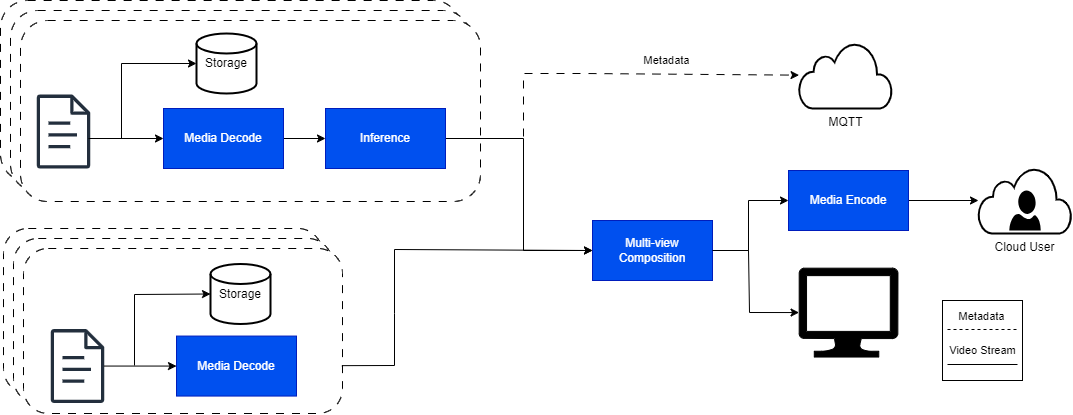
Above: tools/visual-pipeline-and-platform-evaluation-tool/pipelines/smartnvr/diagram.png in open-edge-platform/edge-ai-libraries (draw.io), before the change. Source tidied: cells renumbered, new cells last; positions are measured from the earlier drawing's top-left corner, leaving out a move shared by most shapes.
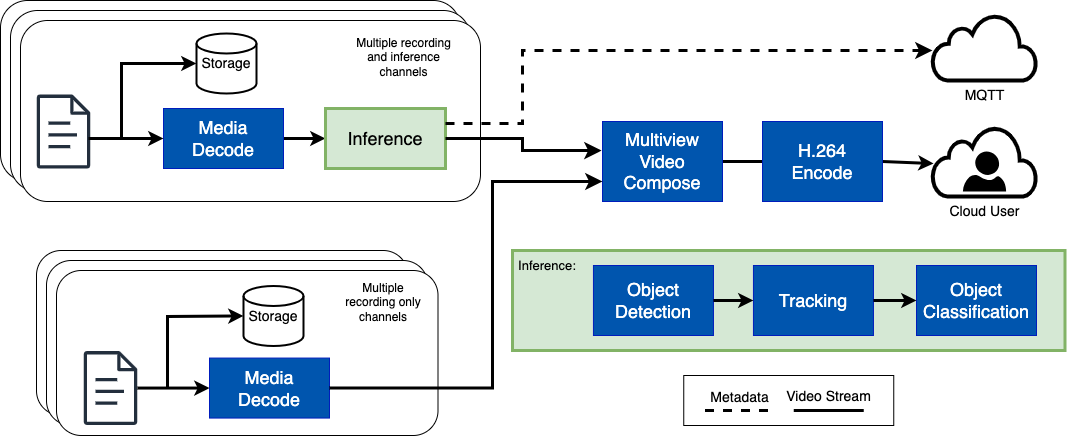
After the change.

Commit message:
[ViPPET] [SmartNVR] Update Pipeline diagram

The edit, as a diff of the source:
```diff
@@ -2,23 +2,23 @@
   <root>
     <mxCell id="0" />
     <mxCell id="1" parent="0" />
-    <mxCell id="2" style="rounded=1;whiteSpace=wrap;html=1;strokeColor=default;dashed=1;dashPattern=8 8;" parent="1" vertex="1">
+    <mxCell id="2" style="rounded=1;whiteSpace=wrap;html=1;strokeColor=default;strokeWidth=1;" parent="1" vertex="1">
       <mxGeometry width="460" height="181" as="geometry" />
     </mxCell>
-    <mxCell id="3" style="rounded=1;whiteSpace=wrap;html=1;strokeColor=default;dashed=1;dashPattern=8 8;" parent="1" vertex="1">
+    <mxCell id="3" style="rounded=1;whiteSpace=wrap;html=1;strokeColor=default;strokeWidth=1;" parent="1" vertex="1">
       <mxGeometry x="10" y="10" width="460" height="181" as="geometry" />
     </mxCell>
-    <mxCell id="4" style="rounded=1;whiteSpace=wrap;html=1;strokeColor=default;dashed=1;dashPattern=8 8;" parent="1" vertex="1">
+    <mxCell id="4" style="rounded=1;whiteSpace=wrap;html=1;strokeColor=default;strokeWidth=1;" parent="1" vertex="1">
       <mxGeometry x="20" y="20" width="460" height="181" as="geometry" />
     </mxCell>
-    <mxCell id="5" style="rounded=1;whiteSpace=wrap;html=1;strokeColor=default;dashed=1;dashPattern=8 8;" parent="1" vertex="1">
-      <mxGeometry x="3" y="228" width="319" height="165" as="geometry" />
+    <mxCell id="5" style="rounded=1;whiteSpace=wrap;html=1;strokeColor=default;strokeWidth=1;" parent="1" vertex="1">
+      <mxGeometry x="36" y="250" width="371.5" height="165" as="geometry" />
     </mxCell>
-    <mxCell id="6" style="rounded=1;whiteSpace=wrap;html=1;strokeColor=default;dashed=1;dashPattern=8 8;" parent="1" vertex="1">
-      <mxGeometry x="13" y="238" width="319" height="165" as="geometry" />
+    <mxCell id="6" style="rounded=1;whiteSpace=wrap;html=1;strokeColor=default;strokeWidth=1;" parent="1" vertex="1">
+      <mxGeometry x="46" y="260" width="381.5" height="165" as="geometry" />
     </mxCell>
-    <mxCell id="7" style="rounded=1;whiteSpace=wrap;html=1;strokeColor=default;dashed=1;dashPattern=8 8;" parent="1" vertex="1">
-      <mxGeometry x="23" y="248" width="319" height="165" as="geometry" />
+    <mxCell id="7" style="rounded=1;whiteSpace=wrap;html=1;strokeColor=default;strokeWidth=1;" parent="1" vertex="1">
+      <mxGeometry x="56" y="270" width="381.5" height="165" as="geometry" />
     </mxCell>
     <mxCell id="8" style="edgeStyle=none;html=1;fillColor=#0050ef;strokeColor=#001DBC;" parent="1" edge="1">
       <mxGeometry relative="1" as="geometry">
@@ -43,70 +43,49 @@
     <mxCell id="12" style="sketch=0;fontColor=#232F3E;gradientColor=none;fillColor=#232F3D;strokeColor=none;dashed=0;verticalLabelPosition=bottom;verticalAlign=top;align=center;html=1;fontSize=12;fontStyle=0;shape=mxgraph.aws4.document;" parent="1" vertex="1">
       <mxGeometry x="36" y="94.1" width="54" height="73.9" as="geometry" />
     </mxCell>
-    <mxCell id="13" value="Storage" style="strokeWidth=2;html=1;shape=mxgraph.flowchart.database;whiteSpace=wrap;" parent="1" vertex="1">
+    <mxCell id="13" value="Storage" style="strokeWidth=2;html=1;shape=mxgraph.flowchart.database;whiteSpace=wrap;fontSize=14;" parent="1" vertex="1">
       <mxGeometry x="196" y="33" width="60" height="60" as="geometry" />
     </mxCell>
-    <mxCell id="14" style="edgeStyle=none;html=1;exitX=1;exitY=0.5;exitDx=0;exitDy=0;entryX=0;entryY=0.5;entryDx=0;entryDy=0;" parent="1" edge="1" source="15" target="18">
+    <mxCell id="14" style="edgeStyle=none;html=1;exitX=1;exitY=0.5;exitDx=0;exitDy=0;entryX=0;entryY=0.5;entryDx=0;entryDy=0;strokeWidth=3;" parent="1" edge="1" source="15" target="18">
       <mxGeometry relative="1" as="geometry" />
     </mxCell>
-    <mxCell id="15" value="Media Decode" style="rounded=0;whiteSpace=wrap;html=1;fillColor=#0050ef;fontColor=#ffffff;strokeColor=#001DBC;" parent="1" vertex="1">
+    <mxCell id="15" value="Media&lt;br&gt;Decode" style="rounded=0;whiteSpace=wrap;html=1;fillColor=light-dark(#0055ae, #6db2ff);fontColor=#ffffff;strokeColor=#001DBC;fontSize=18;" parent="1" vertex="1">
       <mxGeometry x="163" y="108" width="120" height="60" as="geometry" />
     </mxCell>
-    <mxCell id="16" style="edgeStyle=none;html=1;exitX=1;exitY=0.5;exitDx=0;exitDy=0;entryX=0;entryY=0.5;entryDx=0;entryDy=0;rounded=0;curved=0;" parent="1" edge="1" source="18" target="20">
-      <mxGeometry relative="1" as="geometry">
-        <Array as="points">
-          <mxPoint x="523" y="138" />
-          <mxPoint x="523" y="250" />
-        </Array>
-      </mxGeometry>
-    </mxCell>
-    <mxCell id="17" value="Metadata" style="edgeStyle=none;html=1;exitX=1;exitY=0.5;exitDx=0;exitDy=0;rounded=0;curved=0;dashed=1;dashPattern=8 8;" parent="1" edge="1" source="18" target="24">
-      <mxGeometry x="0.37" y="14" relative="1" as="geometry">
-        <Array as="points">
-          <mxPoint x="523" y="138" />
-          <mxPoint x="523" y="73" />
-          <mxPoint x="583" y="73" />
-        </Array>
-      </mxGeometry>
-    </mxCell>
-    <mxCell id="18" value="Inference" style="rounded=0;whiteSpace=wrap;html=1;fillColor=#0050ef;fontColor=#ffffff;strokeColor=#001DBC;" parent="1" vertex="1">
+    <mxCell id="18" value="Inference" style="rounded=0;whiteSpace=wrap;html=1;fillColor=#d5e8d4;strokeColor=#82b366;fontSize=18;strokeWidth=3;" parent="1" vertex="1">
       <mxGeometry x="325" y="108" width="120" height="60" as="geometry" />
     </mxCell>
-    <mxCell id="19" style="edgeStyle=none;html=1;exitX=1;exitY=0.5;exitDx=0;exitDy=0;entryX=0;entryY=0.5;entryDx=0;entryDy=0;rounded=0;curved=0;" parent="1" edge="1" source="20" target="22">
+    <mxCell id="19" style="edgeStyle=none;html=1;exitX=1;exitY=0.5;exitDx=0;exitDy=0;entryX=0;entryY=0.5;entryDx=0;entryDy=0;rounded=0;curved=0;strokeWidth=3;" parent="1" edge="1" source="20" target="22">
       <mxGeometry relative="1" as="geometry">
         <Array as="points">
-          <mxPoint x="748" y="250" />
-          <mxPoint x="748" y="200" />
+          <mxPoint x="838" y="161" />
         </Array>
       </mxGeometry>
     </mxCell>
-    <mxCell id="20" value="Multi-view Composition" style="rounded=0;whiteSpace=wrap;html=1;fillColor=#0050ef;fontColor=#ffffff;strokeColor=#001DBC;" parent="1" vertex="1">
-      <mxGeometry x="592" y="220" width="120" height="60" as="geometry" />
+    <mxCell id="20" value="Multiview Video Compose" style="rounded=0;whiteSpace=wrap;html=1;fillColor=light-dark(#0055ae, #6db2ff);fontColor=#ffffff;strokeColor=#001DBC;fontSize=18;" parent="1" vertex="1">
+      <mxGeometry x="602" y="121" width="120" height="80" as="geometry" />
     </mxCell>
-    <mxCell id="21" style="edgeStyle=none;html=1;exitX=1;exitY=0.5;exitDx=0;exitDy=0;" parent="1" edge="1" source="22" target="25">
+    <mxCell id="21" style="edgeStyle=none;html=1;exitX=1;exitY=0.5;exitDx=0;exitDy=0;strokeWidth=3;entryX=0.01;entryY=0.53;entryDx=0;entryDy=0;entryPerimeter=0;" parent="1" edge="1" source="22" target="25">
       <mxGeometry relative="1" as="geometry" />
     </mxCell>
-    <mxCell id="22" value="Media Encode" style="rounded=0;whiteSpace=wrap;html=1;fillColor=#0050ef;fontColor=#ffffff;strokeColor=#001DBC;" parent="1" vertex="1">
-      <mxGeometry x="788" y="170" width="120" height="60" as="geometry" />
+    <mxCell id="22" value="H.264 &lt;br&gt;Encode" style="rounded=0;whiteSpace=wrap;html=1;fillColor=light-dark(#0055ae, #6db2ff);fontColor=#ffffff;strokeColor=#001DBC;fontSize=18;" parent="1" vertex="1">
+      <mxGeometry x="762" y="121" width="120" height="80" as="geometry" />
     </mxCell>
-    <mxCell id="23" style="sketch=0;shadow=0;dashed=0;html=1;labelPosition=center;verticalLabelPosition=bottom;verticalAlign=top;align=center;shape=mxgraph.azure.computer;fillColor=#000000;" parent="1" vertex="1">
-      <mxGeometry x="798.5" y="267.6" width="98.9" height="89" as="geometry" />
-    </mxCell>
-    <mxCell id="24" value="MQTT" style="html=1;verticalLabelPosition=bottom;align=center;labelBackgroundColor=#ffffff;verticalAlign=top;strokeWidth=2;shadow=0;dashed=0;shape=mxgraph.ios7.icons.cloud;" parent="1" vertex="1">
-      <mxGeometry x="798.5" y="42" width="93" height="66" as="geometry" />
+    <mxCell id="24" value="MQTT" style="html=1;verticalLabelPosition=bottom;align=center;labelBackgroundColor=#ffffff;verticalAlign=top;strokeWidth=4;shadow=0;dashed=0;shape=mxgraph.ios7.icons.cloud;fontSize=14;" parent="1" vertex="1">
+      <mxGeometry x="932" y="14" width="104" height="66" as="geometry" />
     </mxCell>
-    <mxCell id="25" value="Cloud User" style="html=1;verticalLabelPosition=bottom;align=center;labelBackgroundColor=#ffffff;verticalAlign=top;strokeWidth=2;strokeColor=light-dark(#000000, #32a0ff);shadow=0;dashed=0;shape=mxgraph.ios7.icons.cloud;" parent="1" vertex="1">
-      <mxGeometry x="978" y="167" width="93" height="66" as="geometry" />
+    <mxCell id="25" value="Cloud User" style="html=1;verticalLabelPosition=bottom;align=center;labelBackgroundColor=#ffffff;verticalAlign=top;strokeWidth=4;strokeColor=light-dark(#000000, #32a0ff);shadow=0;dashed=0;shape=mxgraph.ios7.icons.cloud;fontSize=14;" parent="1" vertex="1">
+      <mxGeometry x="932" y="126" width="104" height="70" as="geometry" />
     </mxCell>
     <mxCell id="26" style="verticalLabelPosition=bottom;html=1;verticalAlign=top;align=center;strokeColor=none;fillColor=#000000;shape=mxgraph.azure.user;" parent="1" vertex="1">
-      <mxGeometry x="1008.8" y="190" width="31.5" height="40" as="geometry" />
+      <mxGeometry x="962.4" y="151" width="43.2" height="40" as="geometry" />
     </mxCell>
-    <mxCell id="27" style="endArrow=classic;html=1;entryX=0;entryY=0.5;entryDx=0;entryDy=0;" parent="1" edge="1" target="15">
+    <mxCell id="27" style="endArrow=classic;html=1;entryX=0;entryY=0.5;entryDx=0;entryDy=0;strokeWidth=3;" parent="1" edge="1" target="15">
       <mxGeometry relative="1" as="geometry">
         <mxPoint x="88" y="138" as="sourcePoint" />
       </mxGeometry>
     </mxCell>
-    <mxCell id="28" style="endArrow=classic;html=1;rounded=0;curved=0;entryX=0;entryY=0.5;entryDx=0;entryDy=0;entryPerimeter=0;" parent="1" edge="1" target="13">
+    <mxCell id="28" style="endArrow=classic;html=1;rounded=0;curved=0;entryX=0;entryY=0.5;entryDx=0;entryDy=0;entryPerimeter=0;strokeWidth=3;" parent="1" edge="1" target="13">
       <mxGeometry relative="1" as="geometry">
         <mxPoint x="121" y="138" as="sourcePoint" />
         <Array as="points">
@@ -115,56 +94,89 @@
       </mxGeometry>
     </mxCell>
     <mxCell id="29" style="sketch=0;outlineConnect=0;fontColor=#232F3E;gradientColor=none;fillColor=#232F3D;strokeColor=none;dashed=0;verticalLabelPosition=bottom;verticalAlign=top;align=center;html=1;fontSize=12;fontStyle=0;shape=mxgraph.aws4.document;" parent="1" vertex="1">
-      <mxGeometry x="50" y="328.6" width="54" height="73.9" as="geometry" />
+      <mxGeometry x="83" y="350.6" width="54" height="73.9" as="geometry" />
     </mxCell>
-    <mxCell id="30" value="Storage" style="strokeWidth=2;html=1;shape=mxgraph.flowchart.database;whiteSpace=wrap;" parent="1" vertex="1">
-      <mxGeometry x="210" y="263.5" width="60" height="60" as="geometry" />
+    <mxCell id="30" value="Storage" style="strokeWidth=2;html=1;shape=mxgraph.flowchart.database;whiteSpace=wrap;fontSize=14;" parent="1" vertex="1">
+      <mxGeometry x="243" y="285.5" width="60" height="60" as="geometry" />
     </mxCell>
-    <mxCell id="31" style="edgeStyle=none;html=1;entryX=0;entryY=0.5;entryDx=0;entryDy=0;rounded=0;curved=0;exitX=0.998;exitY=0.71;exitDx=0;exitDy=0;exitPerimeter=0;" parent="1" edge="1" source="7" target="20">
-      <mxGeometry relative="1" as="geometry">
-        <Array as="points">
-          <mxPoint x="394" y="365" />
-          <mxPoint x="394" y="313" />
-          <mxPoint x="394" y="249" />
-        </Array>
-      </mxGeometry>
-    </mxCell>
-    <mxCell id="32" value="Media Decode" style="rounded=0;whiteSpace=wrap;html=1;fillColor=#0050ef;fontColor=#ffffff;strokeColor=#001DBC;" parent="1" vertex="1">
-      <mxGeometry x="176" y="335.6" width="120" height="60" as="geometry" />
+    <mxCell id="32" value="Media&lt;br&gt;Decode" style="rounded=0;whiteSpace=wrap;html=1;fillColor=light-dark(#0055ae, #6db2ff);fontColor=#ffffff;strokeColor=#001DBC;fontSize=18;" parent="1" vertex="1">
+      <mxGeometry x="209" y="357.6" width="120" height="60" as="geometry" />
     </mxCell>
-    <mxCell id="33" style="endArrow=classic;html=1;entryX=0;entryY=0.5;entryDx=0;entryDy=0;" parent="1" edge="1" source="29" target="32">
+    <mxCell id="33" style="endArrow=classic;html=1;entryX=0;entryY=0.5;entryDx=0;entryDy=0;strokeWidth=3;" parent="1" edge="1" source="29" target="32">
       <mxGeometry relative="1" as="geometry" />
     </mxCell>
-    <mxCell id="34" style="endArrow=classic;html=1;rounded=0;curved=0;entryX=0;entryY=0.5;entryDx=0;entryDy=0;entryPerimeter=0;" parent="1" edge="1" target="30">
+    <mxCell id="34" style="endArrow=classic;html=1;rounded=0;curved=0;entryX=0;entryY=0.5;entryDx=0;entryDy=0;entryPerimeter=0;strokeWidth=3;" parent="1" edge="1" target="30">
       <mxGeometry relative="1" as="geometry">
-        <mxPoint x="134" y="365" as="sourcePoint" />
+        <mxPoint x="167" y="387" as="sourcePoint" />
         <Array as="points">
-          <mxPoint x="134" y="294" />
+          <mxPoint x="167" y="316" />
         </Array>
       </mxGeometry>
     </mxCell>
-    <mxCell id="35" style="edgeStyle=none;html=1;exitX=1;exitY=0.5;exitDx=0;exitDy=0;entryX=0;entryY=0.5;entryDx=0;entryDy=0;entryPerimeter=0;rounded=0;curved=0;" parent="1" edge="1" source="20" target="23">
-      <mxGeometry relative="1" as="geometry">
-        <Array as="points">
-          <mxPoint x="748" y="250" />
-          <mxPoint x="749" y="312" />
-        </Array>
-      </mxGeometry>
-    </mxCell>
-    <mxCell id="36" style="whiteSpace=wrap;html=1;" parent="1" vertex="1">
-      <mxGeometry x="942" y="300" width="80" height="80" as="geometry" />
-    </mxCell>
+    <mxCell id="39" value="Multiple recording and inference channels" style="rounded=1;whiteSpace=wrap;html=1;strokeColor=none;opacity=0;" parent="1" vertex="1">
+      <mxGeometry x="345.5" y="33" width="114.5" height="47" as="geometry" />
+    </mxCell>
+    <mxCell id="40" value="Multiple recording only channels" style="rounded=1;whiteSpace=wrap;html=1;strokeColor=none;opacity=0;" parent="1" vertex="1">
+      <mxGeometry x="337.5" y="280" width="90" height="44" as="geometry" />
+    </mxCell>
+    <mxCell id="41" style="edgeStyle=segmentEdgeStyle;endArrow=classic;html=1;curved=0;rounded=0;endSize=8;startSize=8;exitX=1;exitY=0.5;exitDx=0;exitDy=0;entryX=0;entryY=0.75;entryDx=0;entryDy=0;strokeWidth=3;" parent="1" edge="1" source="32" target="20">
+      <mxGeometry relative="1" as="geometry">
+        <Array as="points">
+          <mxPoint x="492" y="388" />
+          <mxPoint x="492" y="181" />
+        </Array>
+      </mxGeometry>
+    </mxCell>
+    <mxCell id="16" style="edgeStyle=segmentEdgeStyle;endArrow=classic;html=1;curved=0;rounded=0;endSize=8;startSize=8;strokeWidth=3;exitX=1;exitY=0.5;exitDx=0;exitDy=0;entryX=-0.008;entryY=0.363;entryDx=0;entryDy=0;entryPerimeter=0;" parent="1" edge="1" source="18" target="20">
+      <mxGeometry relative="1" as="geometry">
+        <Array as="points">
+          <mxPoint x="522" y="138" />
+          <mxPoint x="522" y="150" />
+        </Array>
+      </mxGeometry>
+    </mxCell>
+    <mxCell id="17" style="edgeStyle=elbowEdgeStyle;elbow=horizontal;endArrow=classic;html=1;curved=0;rounded=0;endSize=8;startSize=8;strokeWidth=3;dashed=1;exitX=1;exitY=0.25;exitDx=0;exitDy=0;" parent="1" edge="1" source="18" target="24">
+      <mxGeometry relative="1" as="geometry">
+        <Array as="points">
+          <mxPoint x="522" y="50" />
+        </Array>
+      </mxGeometry>
+    </mxCell>
-    <mxCell id="37" value="Metadata" style="endArrow=none;dashed=1;html=1;" parent="1" edge="1">
+    <mxCell id="37" value="Metadata" style="endArrow=none;dashed=1;html=1;strokeWidth=3;fontSize=14;" parent="1" edge="1">
       <mxGeometry x="-0.03" y="13" relative="1" as="geometry">
-        <mxPoint x="947" y="329" as="sourcePoint" />
-        <mxPoint x="1017" y="329" as="targetPoint" />
+        <mxPoint x="704.5" y="410" as="sourcePoint" />
+        <mxPoint x="774.5" y="410" as="targetPoint" />
       </mxGeometry>
     </mxCell>
-    <mxCell id="38" value="Video Stream" style="endArrow=none;html=1;" parent="1" edge="1">
+    <mxCell id="38" value="Video Stream" style="endArrow=none;html=1;strokeWidth=3;fontSize=14;" parent="1" edge="1">
       <mxGeometry y="14" relative="1" as="geometry">
-        <mxPoint x="947" y="364" as="sourcePoint" />
-        <mxPoint x="1017" y="364" as="targetPoint" />
+        <mxPoint x="793.2" y="410" as="sourcePoint" />
+        <mxPoint x="863.2" y="410" as="targetPoint" />
       </mxGeometry>
     </mxCell>
+    <mxCell id="42" style="rounded=0;whiteSpace=wrap;html=1;strokeWidth=1;fillColor=none;" parent="1" vertex="1">
+      <mxGeometry x="683.2" y="375" width="210" height="50" as="geometry" />
+    </mxCell>
+    <mxCell id="43" style="rounded=0;whiteSpace=wrap;html=1;fillColor=#d5e8d4;strokeColor=#82b366;fontSize=18;strokeWidth=3;" parent="1" vertex="1">
+      <mxGeometry x="512" y="250" width="552.5" height="100" as="geometry" />
+    </mxCell>
+    <mxCell id="44" value="Object&lt;br&gt;Detection" style="rounded=0;whiteSpace=wrap;html=1;fillColor=light-dark(#0055ae, #6db2ff);fontColor=#ffffff;strokeColor=#001DBC;fontSize=18;" parent="1" vertex="1">
+      <mxGeometry x="593" y="265" width="120" height="70" as="geometry" />
+    </mxCell>
+    <mxCell id="45" value="Tracking&lt;span style=&quot;font-family: monospace; font-size: 0px; text-align: start; text-wrap-mode: nowrap;&quot;&gt;%3CmxGraphModel%3E%3Croot%3E%3CmxCell%20id%3D%220%22%2F%3E%3CmxCell%20id%3D%221%22%20parent%3D%220%22%2F%3E%3CmxCell%20id%3D%222%22%20value%3D%22Object%26lt%3Bbr%26gt%3BDetection%22%20style%3D%22rounded%3D0%3BwhiteSpace%3Dwrap%3Bhtml%3D1%3BfillColor%3D%230050ef%3BfontColor%3D%23ffffff%3BstrokeColor%3D%23001DBC%3BfontSize%3D18%3B%22%20vertex%3D%221%22%20parent%3D%221%22%3E%3CmxGeometry%20x%3D%22380%22%20y%3D%22490%22%20width%3D%22120%22%20height%3D%2270%22%20as%3D%22geometry%22%2F%3E%3C%2FmxCell%3E%3C%2Froot%3E%3C%2FmxGraphModel%3E&lt;/span&gt;" style="rounded=0;whiteSpace=wrap;html=1;fillColor=light-dark(#0055ae, #6db2ff);fontColor=#ffffff;strokeColor=#001DBC;fontSize=18;" parent="1" vertex="1">
+      <mxGeometry x="753" y="265" width="120" height="70" as="geometry" />
+    </mxCell>
+    <mxCell id="46" value="Object&lt;br&gt;Classification" style="rounded=0;whiteSpace=wrap;html=1;fillColor=light-dark(#0055ae, #6db2ff);fontColor=#ffffff;strokeColor=#001DBC;fontSize=18;" parent="1" vertex="1">
+      <mxGeometry x="916" y="265" width="120" height="70" as="geometry" />
+    </mxCell>
+    <mxCell id="47" style="edgeStyle=none;html=1;exitX=1;exitY=0.5;exitDx=0;exitDy=0;entryX=0;entryY=0.5;entryDx=0;entryDy=0;strokeWidth=3;" parent="1" edge="1" source="44" target="45">
+      <mxGeometry relative="1" as="geometry" />
+    </mxCell>
+    <mxCell id="48" style="edgeStyle=none;html=1;exitX=1;exitY=0.5;exitDx=0;exitDy=0;entryX=0;entryY=0.5;entryDx=0;entryDy=0;strokeWidth=3;" parent="1" edge="1" source="45" target="46">
+      <mxGeometry relative="1" as="geometry" />
+    </mxCell>
+    <mxCell id="49" value="Inference:" style="rounded=1;whiteSpace=wrap;html=1;strokeColor=none;opacity=0;fontSize=13;" parent="1" vertex="1">
+      <mxGeometry x="502" y="250" width="90" height="30" as="geometry" />
+    </mxCell>
   </root>
 </mxGraphModel>
```
